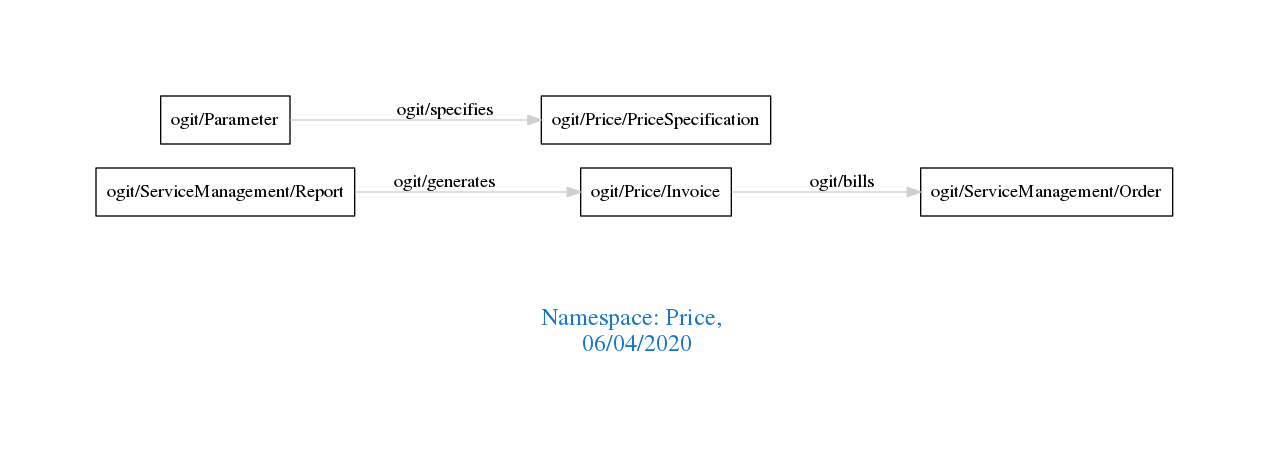
Before: downloads/Price.png, a diagram exported from Graphviz (arago/OGIT). Its source is kept beside it as downloads/Price.dot.
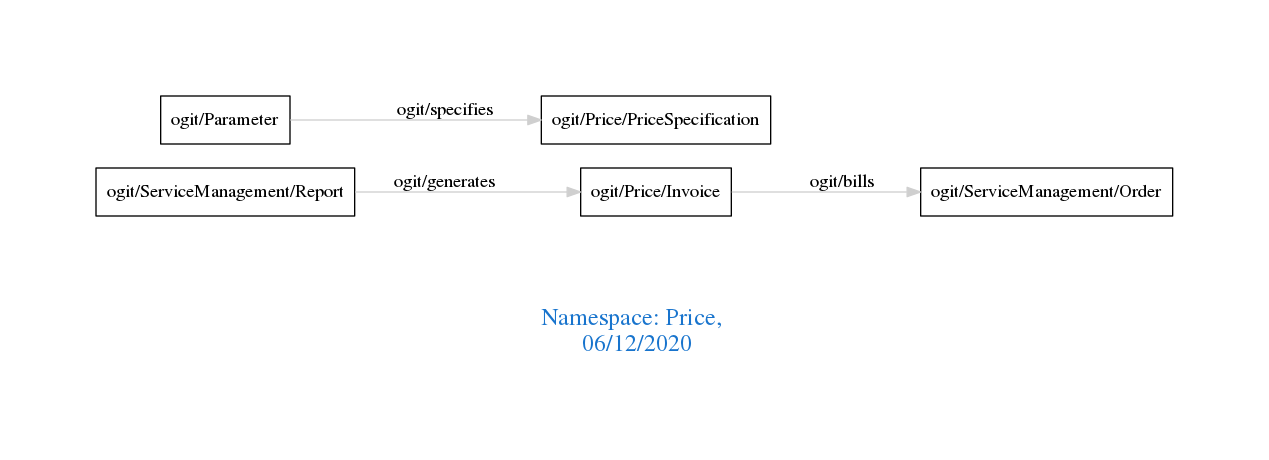
Later version of the same file.

What changed in the source:
```diff
@@ -1,7 +1,7 @@
 digraph OGIT_ontology {
  graph [ rankdir= LR,pad=1
 fontsize = 18,
-fontcolor= dodgerblue3,label = "\n\n\nNamespace: Price, \n 06/04/2020"];
+fontcolor= dodgerblue3,label = "\n\n\nNamespace: Price, \n 06/12/2020"];
 node[shape=polygon];
 edge [  color="gray81"];
 
```
